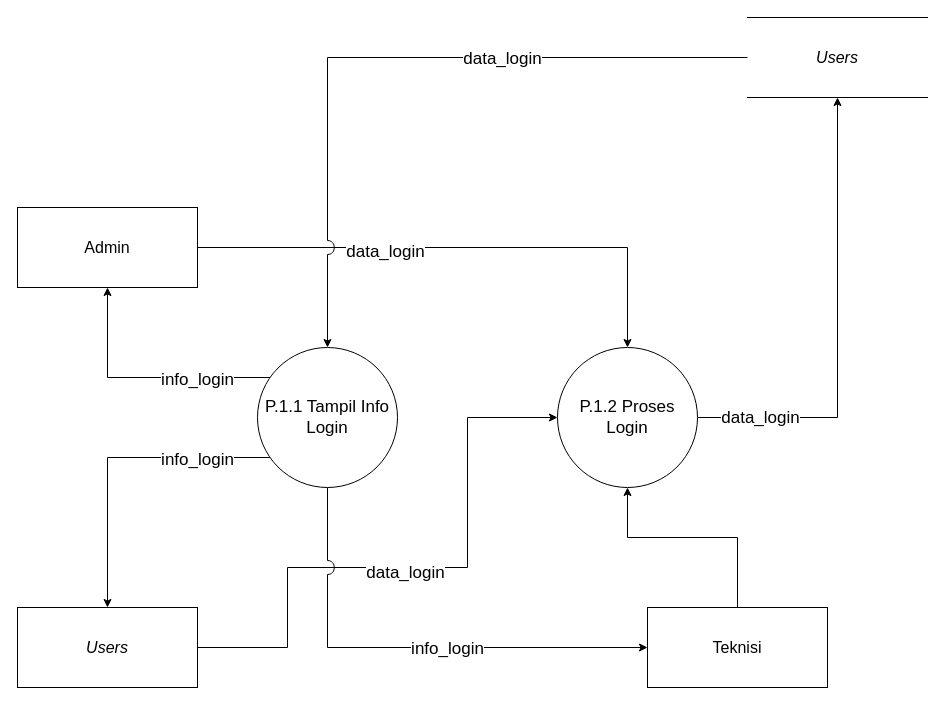
Before: dfd update/Data Flow Diagram Level 1 (Login).drawio in Naveigell/ta2, a draw.io diagram. Source tidied: cells renumbered, new cells numbered last; positions are measured from the earlier drawing's top-left corner, leaving out a move shared by most shapes. Both pictures are drawn from the tidied source at 100%, with x=0, y=0 at pixel (17, 17).
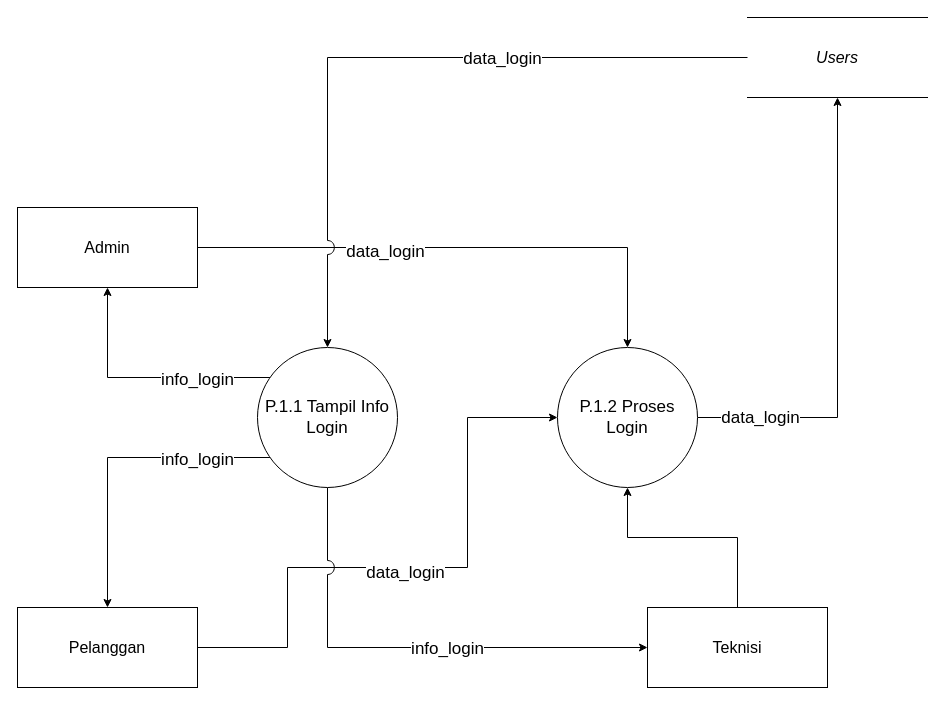
The same page after the edit.

What changed in the source:
```diff
@@
-    <mxCell id="12" value="Users" style="rounded=0;whiteSpace=wrap;html=1;fontSize=16;fontStyle=2;" parent="1" vertex="1">
+    <mxCell id="12" value="&lt;span style=&quot;font-style: normal&quot;&gt;Pelanggan&lt;/span&gt;" style="rounded=0;whiteSpace=wrap;html=1;fontSize=16;fontStyle=2;" parent="1" vertex="1">
       <mxGeometry y="590" width="180" height="80" as="geometry" />
     </mxCell>
```
